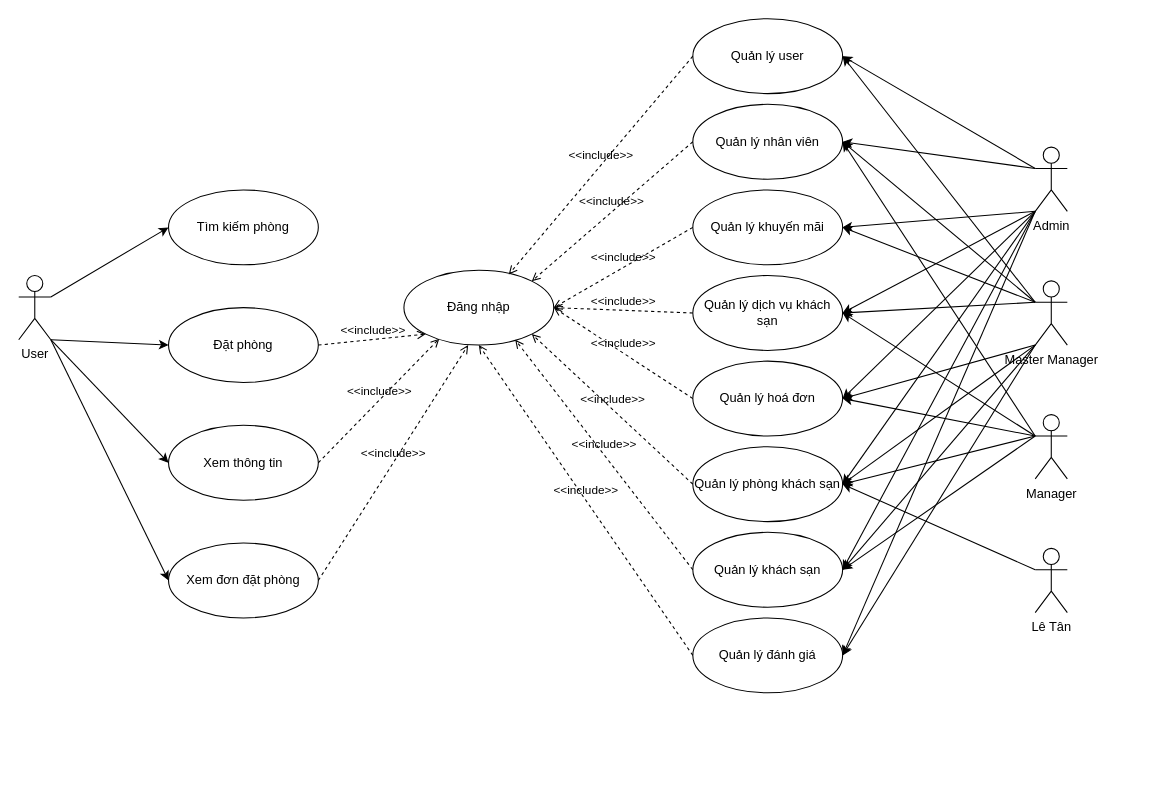
The draw.io diagram doan/doan_usecase.drawio in alikuxac/alikuxac, before the edit. Source tidied: cells renumbered, new cells numbered last; positions are measured from the earlier drawing's top-left corner, leaving out a move shared by most shapes. Both pictures are drawn from the tidied source at 107%, with x=0, y=0 at pixel (18, 18).
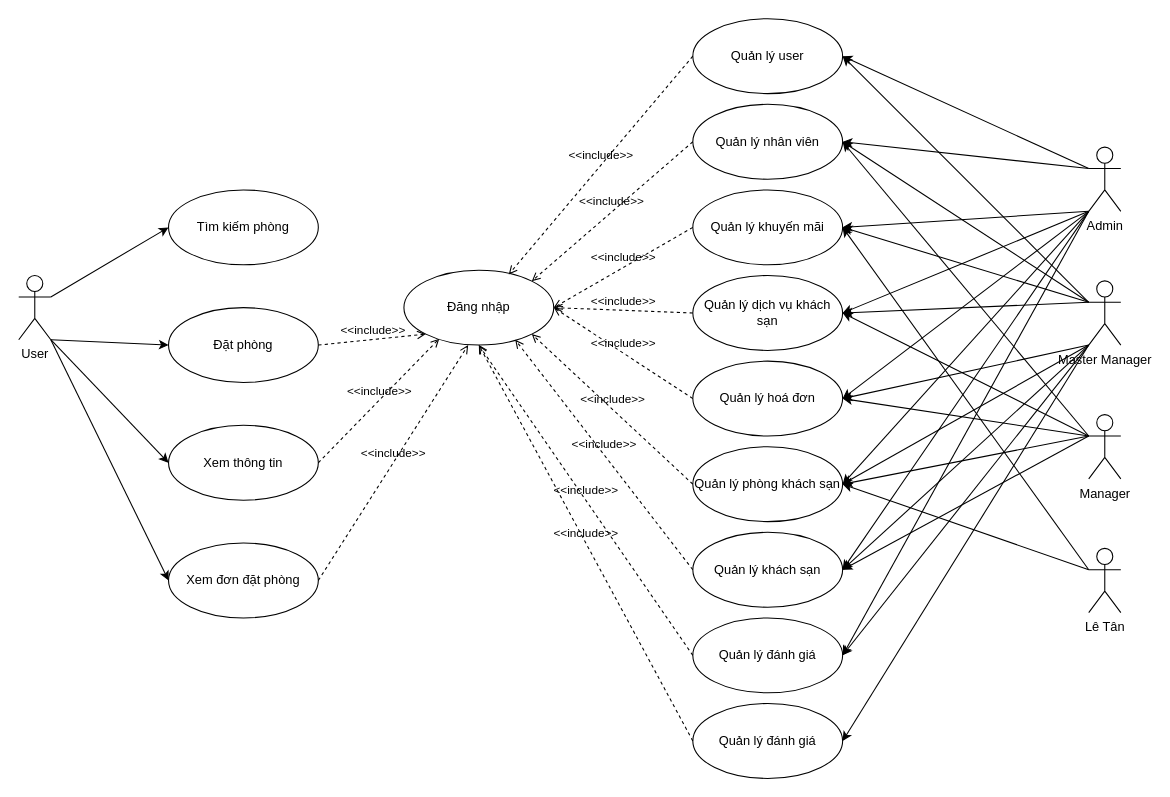
The same page after the edit.

The change refers to these unchanged cells:
```xml
<mxCell id="4" value="Đăng nhập" style="ellipse;whiteSpace=wrap;html=1;" parent="1" vertex="1">
  <mxGeometry x="360" y="235" width="140" height="70" as="geometry" />
</mxCell>
<mxCell id="22" value="Quản lý khuyến mãi" style="ellipse;whiteSpace=wrap;html=1;" parent="1" vertex="1">
  <mxGeometry x="630" y="160" width="140" height="70" as="geometry" />
</mxCell>
```

Change to the diagram source:
```diff
@@
     <mxCell id="3" value="Admin" style="shape=umlActor;verticalLabelPosition=bottom;verticalAlign=top;html=1;" parent="1" vertex="1">
-      <mxGeometry x="950" y="120" width="30" height="60" as="geometry" />
+      <mxGeometry x="1000" y="120" width="30" height="60" as="geometry" />
     </mxCell>
@@
     <mxCell id="37" value="Manager" style="shape=umlActor;verticalLabelPosition=bottom;verticalAlign=top;html=1;outlineConnect=0;" parent="1" vertex="1">
-      <mxGeometry x="950" y="370" width="30" height="60" as="geometry" />
+      <mxGeometry x="1000" y="370" width="30" height="60" as="geometry" />
     </mxCell>
@@
     <mxCell id="44" value="Lê Tân" style="shape=umlActor;verticalLabelPosition=bottom;verticalAlign=top;html=1;outlineConnect=0;" parent="1" vertex="1">
-      <mxGeometry x="950" y="495" width="30" height="60" as="geometry" />
+      <mxGeometry x="1000" y="495" width="30" height="60" as="geometry" />
     </mxCell>
@@
     <mxCell id="48" value="Master Manager" style="shape=umlActor;verticalLabelPosition=bottom;verticalAlign=top;html=1;outlineConnect=0;" parent="1" vertex="1">
-      <mxGeometry x="950" y="245" width="30" height="60" as="geometry" />
+      <mxGeometry x="1000" y="245" width="30" height="60" as="geometry" />
     </mxCell>
@@
+    <mxCell id="57" style="endArrow=classic;html=1;rounded=0;exitX=0;exitY=0.3333333333333333;exitDx=0;exitDy=0;exitPerimeter=0;entryX=1;entryY=0.5;entryDx=0;entryDy=0;" parent="1" edge="1" source="44" target="22">
+      <mxGeometry relative="1" as="geometry" />
+    </mxCell>
+    <mxCell id="58" value="Quản lý đánh giá" style="ellipse;whiteSpace=wrap;html=1;" parent="1" vertex="1">
+      <mxGeometry x="630" y="640" width="140" height="70" as="geometry" />
+    </mxCell>
+    <mxCell id="59" value="&amp;lt;&amp;lt;include&amp;gt;&amp;gt;" style="html=1;verticalAlign=bottom;labelBackgroundColor=none;endArrow=open;endFill=0;dashed=1;rounded=0;exitX=0;exitY=0.5;exitDx=0;exitDy=0;entryX=0.5;entryY=1;entryDx=0;entryDy=0;" parent="1" edge="1" source="58" target="4">
+      <mxGeometry relative="1" as="geometry" />
+    </mxCell>
+    <mxCell id="60" style="endArrow=classic;html=1;rounded=0;entryX=1;entryY=0.5;entryDx=0;entryDy=0;exitX=0;exitY=1;exitDx=0;exitDy=0;exitPerimeter=0;" parent="1" edge="1" source="48" target="58">
+      <mxGeometry relative="1" as="geometry" />
+    </mxCell>
```
